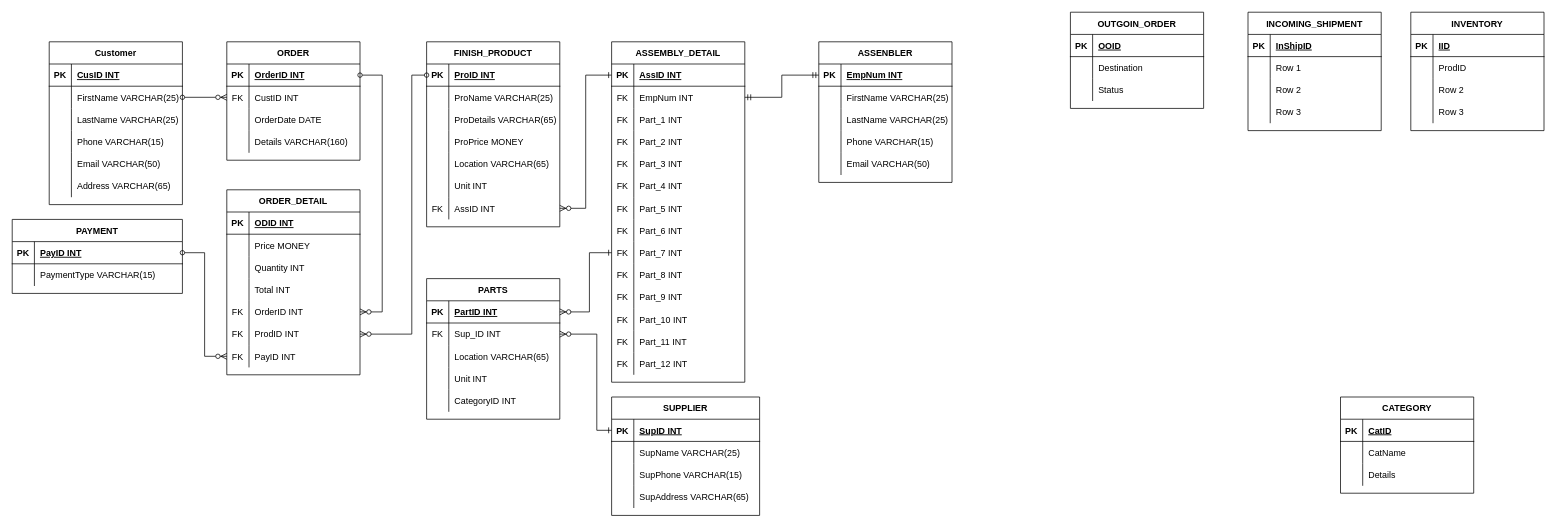
trannthany/IT703_Database_FrontEnd keeps this draw.io diagram as Copy of myAssignment1.drawio. Above is the earlier version. Source tidied: cells renumbered, new cells numbered last; positions are measured from the earlier drawing's top-left corner, leaving out a move shared by most shapes. Both pictures are drawn from the tidied source at 74%, with x=0, y=0 at pixel (12, 12).
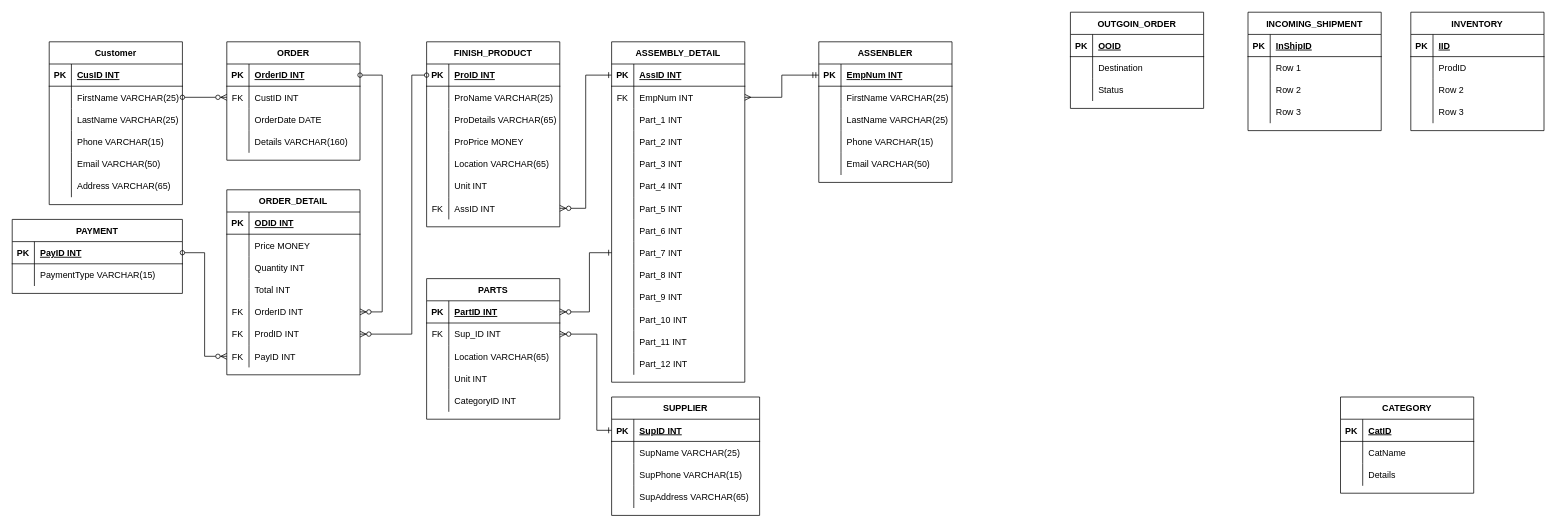
The same diagram, later.

The change refers to these unchanged cells:
```xml
<mxCell id="117" style="shape=partialRectangle;fillColor=none;top=0;left=0;bottom=0;right=0;points=[[0,0.5],[1,0.5]];portConstraint=eastwest;" parent="113" vertex="1">
  <mxGeometry y="60" width="180" height="30" as="geometry" />
</mxCell>
<mxCell id="120" style="shape=partialRectangle;fillColor=none;top=0;left=0;bottom=0;right=0;" parent="113" vertex="1">
  <mxGeometry y="90" width="180" height="30" as="geometry" />
</mxCell>
<mxCell id="123" style="shape=partialRectangle;fillColor=none;top=0;left=0;bottom=0;right=0;" parent="113" vertex="1">
  <mxGeometry y="120" width="180" height="30" as="geometry" />
</mxCell>
<mxCell id="126" style="shape=partialRectangle;fillColor=none;top=0;left=0;bottom=0;right=0;" parent="113" vertex="1">
  <mxGeometry y="150" width="180" height="30" as="geometry" />
</mxCell>
<mxCell id="129" style="shape=partialRectangle;fillColor=none;top=0;left=0;bottom=0;right=0;" parent="113" vertex="1">
  <mxGeometry y="180" width="180" height="30" as="geometry" />
</mxCell>
<mxCell id="132" style="shape=partialRectangle;fillColor=none;top=0;left=0;bottom=0;right=0;" parent="113" vertex="1">
  <mxGeometry y="210" width="180" height="30" as="geometry" />
</mxCell>
<mxCell id="135" style="shape=partialRectangle;fillColor=none;top=0;left=0;bottom=0;right=0;" parent="113" vertex="1">
  <mxGeometry y="240" width="180" height="30" as="geometry" />
</mxCell>
<mxCell id="138" style="shape=partialRectangle;fillColor=none;top=0;left=0;bottom=0;right=0;points=[[0,0.5],[1,0.5]];portConstraint=eastwest;" parent="113" vertex="1">
  <mxGeometry y="270" width="180" height="30" as="geometry" />
</mxCell>
<mxCell id="141" style="shape=partialRectangle;fillColor=none;top=0;left=0;bottom=0;right=0;" parent="113" vertex="1">
  <mxGeometry y="300" width="180" height="30" as="geometry" />
</mxCell>
<mxCell id="144" style="shape=partialRectangle;fillColor=none;top=0;left=0;bottom=0;right=0;" parent="113" vertex="1">
  <mxGeometry y="330" width="180" height="30" as="geometry" />
</mxCell>
<mxCell id="147" style="shape=partialRectangle;fillColor=none;top=0;left=0;bottom=0;right=0;" parent="113" vertex="1">
  <mxGeometry y="360" width="180" height="30" as="geometry" />
</mxCell>
<mxCell id="150" style="shape=partialRectangle;fillColor=none;top=0;left=0;bottom=0;right=0;" parent="113" vertex="1">
  <mxGeometry y="390" width="180" height="30" as="geometry" />
</mxCell>
<mxCell id="153" style="shape=partialRectangle;fillColor=none;top=0;left=0;bottom=0;right=0;" parent="113" vertex="1">
  <mxGeometry y="420" width="180" height="30" as="geometry" />
</mxCell>
<mxCell id="211" style="shape=partialRectangle;fillColor=none;top=0;left=0;bottom=1;right=0;points=[[0,0.5],[1,0.5]];portConstraint=eastwest;" parent="210" vertex="1">
  <mxGeometry y="30" width="180" height="30" as="geometry" />
</mxCell>
```

What changed in the source:
```diff
@@
-    <mxCell id="121" value="FK" style="shape=partialRectangle;fillColor=none;top=0;left=0;bottom=0;right=0;overflow=hidden;" parent="120" vertex="1">
+    <mxCell id="121" style="shape=partialRectangle;fillColor=none;top=0;left=0;bottom=0;right=0;overflow=hidden;" parent="120" vertex="1">
       <mxGeometry width="30" height="30" as="geometry" />
     </mxCell>
@@
-    <mxCell id="124" value="FK" style="shape=partialRectangle;fillColor=none;top=0;left=0;bottom=0;right=0;overflow=hidden;" parent="123" vertex="1">
+    <mxCell id="124" style="shape=partialRectangle;fillColor=none;top=0;left=0;bottom=0;right=0;overflow=hidden;" parent="123" vertex="1">
       <mxGeometry width="30" height="30" as="geometry" />
     </mxCell>
@@
-    <mxCell id="127" value="FK" style="shape=partialRectangle;fillColor=none;top=0;left=0;bottom=0;right=0;overflow=hidden;" parent="126" vertex="1">
+    <mxCell id="127" style="shape=partialRectangle;fillColor=none;top=0;left=0;bottom=0;right=0;overflow=hidden;" parent="126" vertex="1">
       <mxGeometry width="30" height="30" as="geometry" />
     </mxCell>
@@
-    <mxCell id="130" value="FK" style="shape=partialRectangle;fillColor=none;top=0;left=0;bottom=0;right=0;overflow=hidden;" parent="129" vertex="1">
+    <mxCell id="130" style="shape=partialRectangle;fillColor=none;top=0;left=0;bottom=0;right=0;overflow=hidden;" parent="129" vertex="1">
       <mxGeometry width="30" height="30" as="geometry" />
     </mxCell>
@@
-    <mxCell id="133" value="FK" style="shape=partialRectangle;fillColor=none;top=0;left=0;bottom=0;right=0;overflow=hidden;" parent="132" vertex="1">
+    <mxCell id="133" style="shape=partialRectangle;fillColor=none;top=0;left=0;bottom=0;right=0;overflow=hidden;" parent="132" vertex="1">
       <mxGeometry width="30" height="30" as="geometry" />
     </mxCell>
@@
-    <mxCell id="136" value="FK" style="shape=partialRectangle;fillColor=none;top=0;left=0;bottom=0;right=0;overflow=hidden;" parent="135" vertex="1">
+    <mxCell id="136" style="shape=partialRectangle;fillColor=none;top=0;left=0;bottom=0;right=0;overflow=hidden;" parent="135" vertex="1">
       <mxGeometry width="30" height="30" as="geometry" />
     </mxCell>
@@
-    <mxCell id="139" value="FK" style="shape=partialRectangle;fillColor=none;top=0;left=0;bottom=0;right=0;overflow=hidden;" parent="138" vertex="1">
+    <mxCell id="139" style="shape=partialRectangle;fillColor=none;top=0;left=0;bottom=0;right=0;overflow=hidden;" parent="138" vertex="1">
       <mxGeometry width="30" height="30" as="geometry" />
     </mxCell>
@@
-    <mxCell id="142" value="FK" style="shape=partialRectangle;fillColor=none;top=0;left=0;bottom=0;right=0;overflow=hidden;" parent="141" vertex="1">
+    <mxCell id="142" style="shape=partialRectangle;fillColor=none;top=0;left=0;bottom=0;right=0;overflow=hidden;" parent="141" vertex="1">
       <mxGeometry width="30" height="30" as="geometry" />
     </mxCell>
@@
-    <mxCell id="145" value="FK" style="shape=partialRectangle;fillColor=none;top=0;left=0;bottom=0;right=0;overflow=hidden;" parent="144" vertex="1">
+    <mxCell id="145" style="shape=partialRectangle;fillColor=none;top=0;left=0;bottom=0;right=0;overflow=hidden;" parent="144" vertex="1">
       <mxGeometry width="30" height="30" as="geometry" />
     </mxCell>
@@
-    <mxCell id="148" value="FK" style="shape=partialRectangle;fillColor=none;top=0;left=0;bottom=0;right=0;overflow=hidden;" parent="147" vertex="1">
+    <mxCell id="148" style="shape=partialRectangle;fillColor=none;top=0;left=0;bottom=0;right=0;overflow=hidden;" parent="147" vertex="1">
       <mxGeometry width="30" height="30" as="geometry" />
     </mxCell>
@@
-    <mxCell id="151" value="FK" style="shape=partialRectangle;fillColor=none;top=0;left=0;bottom=0;right=0;overflow=hidden;" parent="150" vertex="1">
+    <mxCell id="151" style="shape=partialRectangle;fillColor=none;top=0;left=0;bottom=0;right=0;overflow=hidden;" parent="150" vertex="1">
       <mxGeometry width="30" height="30" as="geometry" />
     </mxCell>
@@
-    <mxCell id="154" value="FK" style="shape=partialRectangle;fillColor=none;top=0;left=0;bottom=0;right=0;overflow=hidden;" parent="153" vertex="1">
+    <mxCell id="154" style="shape=partialRectangle;fillColor=none;top=0;left=0;bottom=0;right=0;overflow=hidden;" parent="153" vertex="1">
       <mxGeometry width="30" height="30" as="geometry" />
     </mxCell>
@@
-    <mxCell id="226" style="edgeStyle=orthogonalEdgeStyle;rounded=0;jettySize=auto;html=1;exitX=0;exitY=0.5;exitDx=0;exitDy=0;entryX=1;entryY=0.5;entryDx=0;entryDy=0;startArrow=ERmandOne;startFill=0;endArrow=ERmandOne;endFill=0;" parent="1" edge="1" source="211" target="117">
+    <mxCell id="226" style="edgeStyle=orthogonalEdgeStyle;rounded=0;jettySize=auto;html=1;exitX=0;exitY=0.5;exitDx=0;exitDy=0;entryX=1;entryY=0.5;entryDx=0;entryDy=0;startArrow=ERmandOne;startFill=0;endArrow=ERmany;endFill=0;" parent="1" edge="1" source="211" target="117">
       <mxGeometry relative="1" as="geometry" />
     </mxCell>
```
